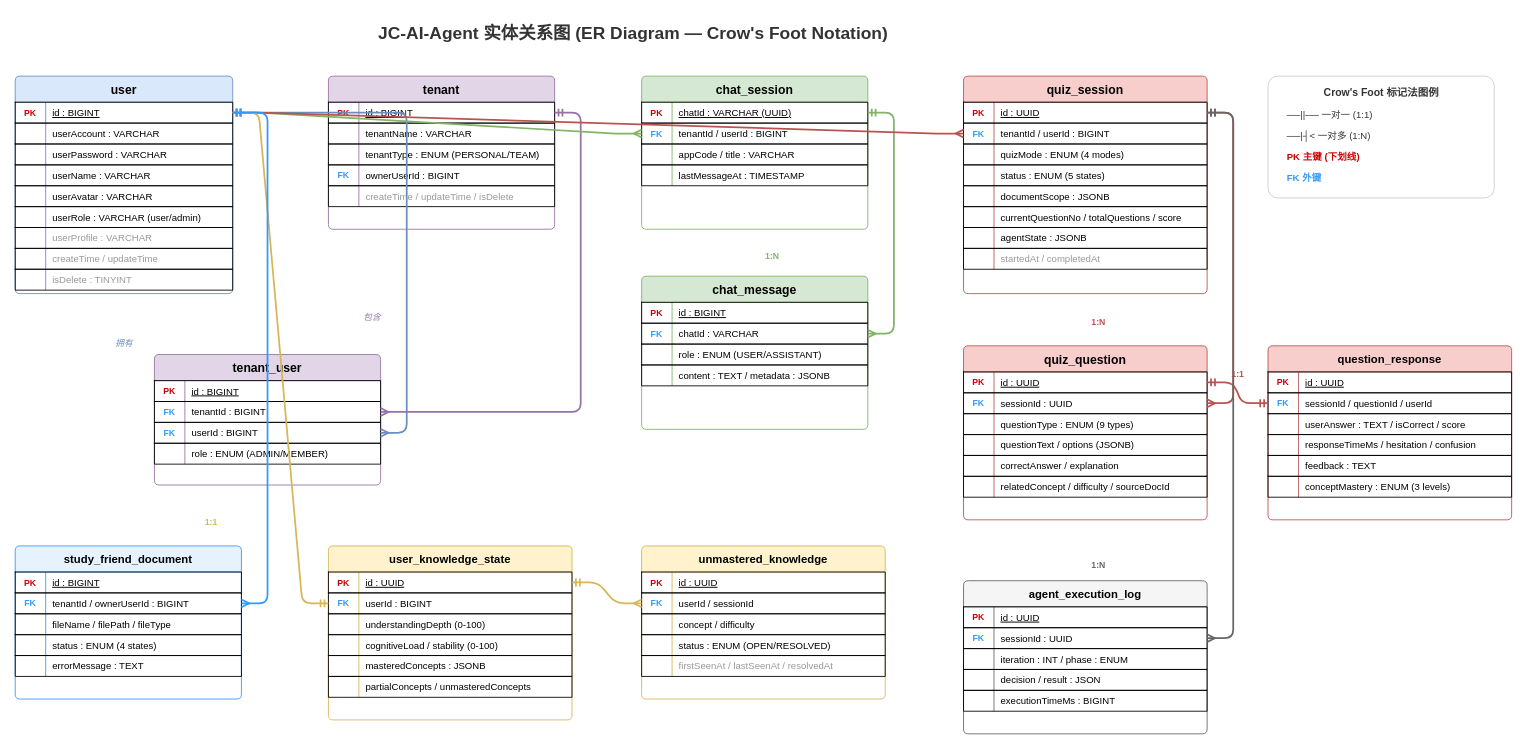
JiaWei-Chen-2295/jc-ai-agent keeps this draw.io diagram as docs/diagrams/er-diagram.drawio. Above is the earlier version. Source tidied: cells renumbered, new cells numbered last; positions are measured from the earlier drawing's top-left corner, leaving out a move shared by most shapes. Both pictures are drawn from the tidied source at 87%, with x=0, y=0 at pixel (15, 15).
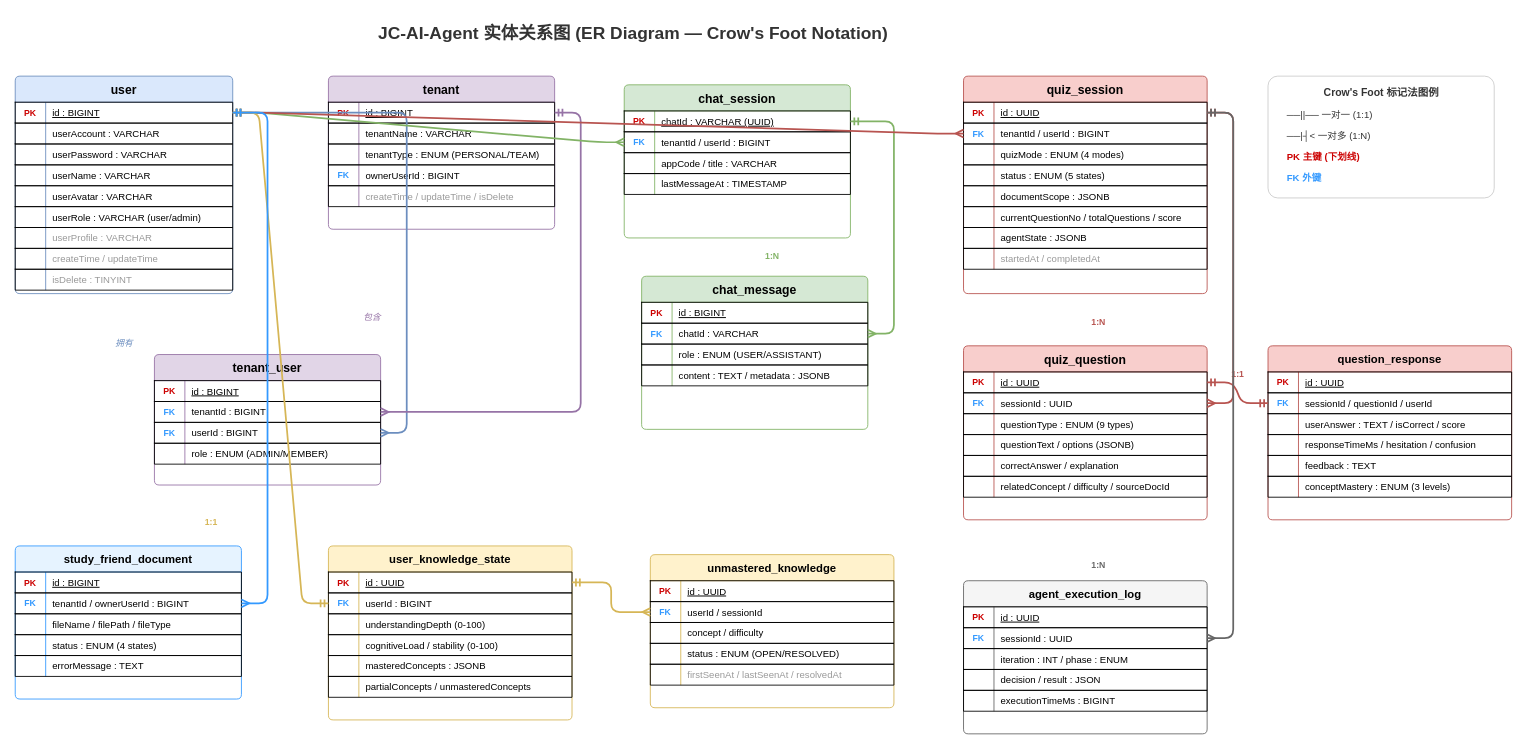
The same diagram, later.

Unchanged cells that the change refers to:
```xml
<mxCell id="166" style="shape=tableRow;horizontal=0;startSize=0;swimlaneHead=0;swimlaneBody=0;fillColor=none;points=[[0,0.5],[1,0.5]];portConstraint=eastwest;fontSize=12;" parent="165" vertex="1">
  <mxGeometry y="30" width="280" height="24" as="geometry" />
</mxCell>
<mxCell id="188" style="shape=tableRow;horizontal=0;startSize=0;swimlaneHead=0;swimlaneBody=0;fillColor=none;points=[[0,0.5],[1,0.5]];portConstraint=eastwest;fontSize=12;" parent="184" vertex="1">
  <mxGeometry y="54" width="280" height="24" as="geometry" />
</mxCell>
```

Change to the diagram source:
```diff
@@
     <mxCell id="60" value="chat_session" style="shape=table;startSize=30;childLayout=tableLayout;rowLines=0;fontStyle=1;align=center;fillColor=#d5e8d4;strokeColor=#82b366;fontSize=14;rounded=1;arcSize=6;" parent="1" vertex="1">
-      <mxGeometry x="720" y="70" width="260" height="176" as="geometry" />
+      <mxGeometry x="700" y="80" width="260" height="176" as="geometry" />
     </mxCell>
@@
     <mxCell id="184" value="unmastered_knowledge" style="shape=table;startSize=30;childLayout=tableLayout;rowLines=0;fontStyle=1;align=center;fillColor=#fff2cc;strokeColor=#d6b656;fontSize=13;rounded=1;arcSize=6;" parent="1" vertex="1">
-      <mxGeometry x="720" y="610" width="280" height="176" as="geometry" />
+      <mxGeometry x="730" y="620" width="280" height="176" as="geometry" />
     </mxCell>
@@
-    <mxCell id="230" style="edgeStyle=entityRelationEdgeStyle;fontSize=12;html=1;endArrow=ERmany;endFill=0;startArrow=ERmandOne;startFill=0;strokeColor=#d6b656;strokeWidth=2;" parent="1" edge="1" source="166" target="188">
+    <mxCell id="230" style="fontSize=12;html=1;endArrow=ERmany;endFill=0;startArrow=ERmandOne;startFill=0;strokeColor=#d6b656;strokeWidth=2;edgeStyle=elbowEdgeStyle;" parent="1" edge="1" source="166" target="188">
       <mxGeometry relative="1" as="geometry" />
     </mxCell>
```
